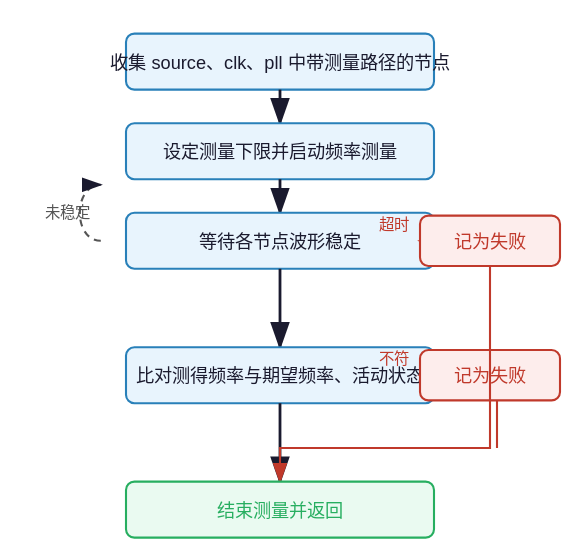
Earlier version of the draw.io export src/sv/agent/clock_tree/images/check_freq_flow.drawio.svg (XiaoHui2023/templates). Source tidied: cells renumbered, new cells last; positions are measured from the earlier drawing's top-left corner, leaving out a move shared by most shapes.
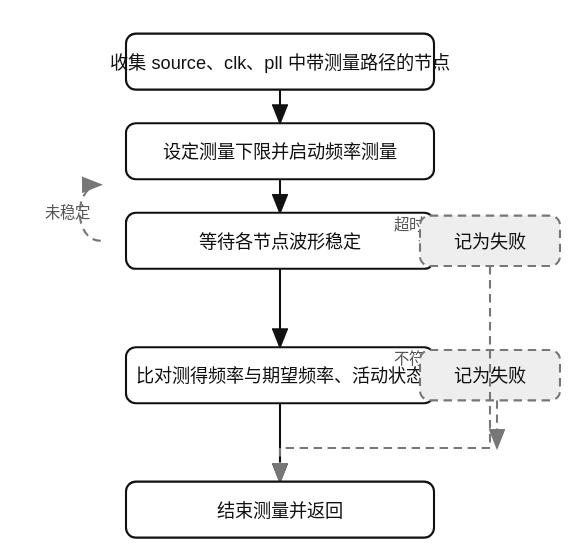
The same file after the commit.

The edit, as a diff of the source:
```diff
@@ -2,52 +2,52 @@
   <root>
     <mxCell id="0" />
     <mxCell id="1" parent="0" />
-    <mxCell id="2" value="收集 source、clk、pll 中带测量路径的节点" style="rounded=1;whiteSpace=wrap;html=1;fillColor=#e8f4fd;strokeColor=#2980b9;align=center;verticalAlign=middle;" parent="1" vertex="1">
+    <mxCell id="2" value="收集 source、clk、pll 中带测量路径的节点" style="rounded=1;whiteSpace=wrap;html=1;fillColor=#ffffff;strokeColor=#111111;strokeWidth=1.5;fontSize=13;fontColor=#111111;arcSize=8;align=center;verticalAlign=middle;" parent="1" vertex="1">
       <mxGeometry width="220" height="40" as="geometry" />
     </mxCell>
-    <mxCell id="3" value="设定测量下限并启动频率测量" style="rounded=1;whiteSpace=wrap;html=1;fillColor=#e8f4fd;strokeColor=#2980b9;align=center;verticalAlign=middle;" parent="1" vertex="1">
+    <mxCell id="3" value="设定测量下限并启动频率测量" style="rounded=1;whiteSpace=wrap;html=1;fillColor=#ffffff;strokeColor=#111111;strokeWidth=1.5;fontSize=13;fontColor=#111111;arcSize=8;align=center;verticalAlign=middle;" parent="1" vertex="1">
       <mxGeometry y="64" width="220" height="40" as="geometry" />
     </mxCell>
-    <mxCell id="4" value="等待各节点波形稳定" style="rounded=1;whiteSpace=wrap;html=1;fillColor=#e8f4fd;strokeColor=#2980b9;align=center;verticalAlign=middle;" parent="1" vertex="1">
+    <mxCell id="4" value="等待各节点波形稳定" style="rounded=1;whiteSpace=wrap;html=1;fillColor=#ffffff;strokeColor=#111111;strokeWidth=1.5;fontSize=13;fontColor=#111111;arcSize=8;align=center;verticalAlign=middle;" parent="1" vertex="1">
       <mxGeometry y="128" width="220" height="40" as="geometry" />
     </mxCell>
-    <mxCell id="5" value="比对测得频率与期望频率、活动状态" style="rounded=1;whiteSpace=wrap;html=1;fillColor=#e8f4fd;strokeColor=#2980b9;align=center;verticalAlign=middle;" parent="1" vertex="1">
+    <mxCell id="5" value="比对测得频率与期望频率、活动状态" style="rounded=1;whiteSpace=wrap;html=1;fillColor=#ffffff;strokeColor=#111111;strokeWidth=1.5;fontSize=13;fontColor=#111111;arcSize=8;align=center;verticalAlign=middle;" parent="1" vertex="1">
       <mxGeometry y="224" width="220" height="40" as="geometry" />
     </mxCell>
-    <mxCell id="6" value="结束测量并返回" style="rounded=1;whiteSpace=wrap;html=1;fillColor=#eafaf1;strokeColor=#27ae60;align=center;verticalAlign=middle;" parent="1" vertex="1">
+    <mxCell id="6" value="结束测量并返回" style="rounded=1;whiteSpace=wrap;html=1;fillColor=#ffffff;strokeColor=#111111;strokeWidth=1.5;fontSize=13;fontColor=#111111;arcSize=8;align=center;verticalAlign=middle;" parent="1" vertex="1">
       <mxGeometry y="320" width="220" height="40" as="geometry" />
     </mxCell>
-    <mxCell id="7" value="记为失败" style="rounded=1;whiteSpace=wrap;html=1;fillColor=#fdedec;strokeColor=#c0392b;align=center;verticalAlign=middle;" parent="1" vertex="1">
+    <mxCell id="7" value="记为失败" style="rounded=1;whiteSpace=wrap;html=1;fillColor=#eeeeee;strokeColor=#777777;dashed=1;strokeWidth=1.5;fontSize=13;fontColor=#333333;arcSize=8;align=center;verticalAlign=middle;" parent="1" vertex="1">
       <mxGeometry x="210" y="130" width="100" height="36" as="geometry" />
     </mxCell>
-    <mxCell id="8" value="记为失败" style="rounded=1;whiteSpace=wrap;html=1;fillColor=#fdedec;strokeColor=#c0392b;align=center;verticalAlign=middle;" parent="1" vertex="1">
+    <mxCell id="8" value="记为失败" style="rounded=1;whiteSpace=wrap;html=1;fillColor=#eeeeee;strokeColor=#777777;dashed=1;strokeWidth=1.5;fontSize=13;fontColor=#333333;arcSize=8;align=center;verticalAlign=middle;" parent="1" vertex="1">
       <mxGeometry x="210" y="226" width="100" height="36" as="geometry" />
     </mxCell>
-    <mxCell id="9" style="edgeStyle=none;rounded=0;jettySize=auto;html=1;endArrow=classic;endFill=1;strokeColor=#1a1a2e;fontSize=11;" parent="1" edge="1" source="2" target="3">
+    <mxCell id="9" style="edgeStyle=none;rounded=0;html=1;endArrow=classic;endFill=1;strokeColor=#111111;strokeWidth=1.5;fontSize=11;fontColor=#333333;" parent="1" edge="1" source="2" target="3">
       <mxGeometry relative="1" as="geometry" />
     </mxCell>
-    <mxCell id="10" style="edgeStyle=none;rounded=0;jettySize=auto;html=1;endArrow=classic;endFill=1;strokeColor=#1a1a2e;fontSize=11;" parent="1" edge="1" source="3" target="4">
+    <mxCell id="10" style="edgeStyle=none;rounded=0;html=1;endArrow=classic;endFill=1;strokeColor=#111111;strokeWidth=1.5;fontSize=11;fontColor=#333333;" parent="1" edge="1" source="3" target="4">
       <mxGeometry relative="1" as="geometry" />
     </mxCell>
-    <mxCell id="11" style="edgeStyle=none;rounded=0;jettySize=auto;html=1;endArrow=classic;endFill=1;strokeColor=#1a1a2e;fontSize=11;" parent="1" edge="1" source="4" target="5">
+    <mxCell id="11" style="edgeStyle=none;rounded=0;html=1;endArrow=classic;endFill=1;strokeColor=#111111;strokeWidth=1.5;fontSize=11;fontColor=#333333;" parent="1" edge="1" source="4" target="5">
       <mxGeometry relative="1" as="geometry" />
     </mxCell>
-    <mxCell id="12" style="edgeStyle=none;rounded=0;jettySize=auto;html=1;endArrow=classic;endFill=1;strokeColor=#1a1a2e;fontSize=11;" parent="1" edge="1" source="5" target="6">
+    <mxCell id="12" style="edgeStyle=none;rounded=0;html=1;endArrow=classic;endFill=1;strokeColor=#111111;strokeWidth=1.5;fontSize=11;fontColor=#333333;" parent="1" edge="1" source="5" target="6">
       <mxGeometry relative="1" as="geometry" />
     </mxCell>
-    <mxCell id="13" value="超时" style="edgeStyle=none;rounded=0;jettySize=auto;html=1;endArrow=classic;endFill=1;strokeColor=#c0392b;fontSize=11;fontColor=#c0392b;" parent="1" edge="1" source="4" target="7">
+    <mxCell id="13" value="超时" style="edgeStyle=none;rounded=0;html=1;endArrow=classic;endFill=1;strokeColor=#777777;strokeWidth=1.5;dashed=1;fontSize=11;fontColor=#555555;" parent="1" edge="1" source="4" target="7">
       <mxGeometry relative="1" as="geometry" />
     </mxCell>
-    <mxCell id="14" value="不符" style="edgeStyle=none;rounded=0;jettySize=auto;html=1;endArrow=classic;endFill=1;strokeColor=#c0392b;fontSize=11;fontColor=#c0392b;" parent="1" edge="1" source="5" target="8">
+    <mxCell id="14" value="不符" style="edgeStyle=none;rounded=0;html=1;endArrow=classic;endFill=1;strokeColor=#777777;strokeWidth=1.5;dashed=1;fontSize=11;fontColor=#555555;" parent="1" edge="1" source="5" target="8">
       <mxGeometry relative="1" as="geometry" />
     </mxCell>
-    <mxCell id="15" style="edgeStyle=none;rounded=0;jettySize=auto;html=1;endArrow=classic;endFill=1;strokeColor=#c0392b;fontSize=11;" parent="1" edge="1" source="7" target="6">
+    <mxCell id="15" style="edgeStyle=none;rounded=0;html=1;endArrow=classic;endFill=1;strokeColor=#777777;strokeWidth=1.5;dashed=1;fontSize=11;fontColor=#555555;" parent="1" edge="1" source="7" target="6">
       <mxGeometry relative="1" as="geometry" />
     </mxCell>
-    <mxCell id="16" style="edgeStyle=none;rounded=0;jettySize=auto;html=1;endArrow=classic;endFill=1;strokeColor=#c0392b;fontSize=11;" parent="1" edge="1" source="8" target="6">
+    <mxCell id="16" style="edgeStyle=none;rounded=0;html=1;endArrow=classic;endFill=1;strokeColor=#777777;strokeWidth=1.5;dashed=1;fontSize=11;fontColor=#555555;" parent="1" edge="1" source="8" target="6">
       <mxGeometry relative="1" as="geometry" />
     </mxCell>
-    <mxCell id="17" value="未稳定" style="edgeStyle=none;rounded=0;orthogonalLoop=1;jettySize=auto;html=1;endArrow=classic;endFill=1;strokeColor=#555555;fontSize=11;dashed=1;fontColor=#555555;" parent="1" edge="1" source="4" target="4">
+    <mxCell id="17" value="未稳定" style="edgeStyle=none;rounded=0;html=1;endArrow=classic;endFill=1;strokeColor=#777777;strokeWidth=1.5;dashed=1;fontSize=11;fontColor=#555555;" parent="1" edge="1" source="4" target="4">
       <mxGeometry relative="1" as="geometry" />
     </mxCell>
   </root>
```
